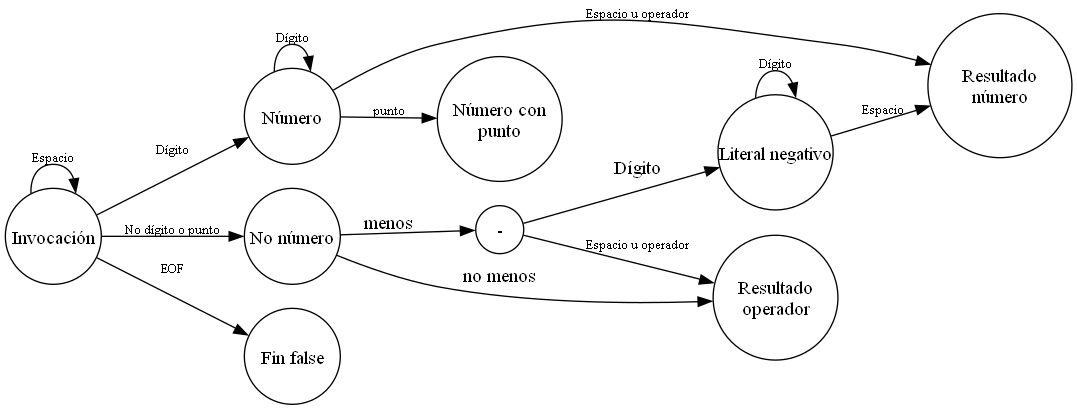
Above: PolCalc/Scanner.png in SebaR1/Tp-SSL-Equipo1-2023 (Graphviz), before the change. Its source is kept beside it as PolCalc/Scanner.gv.
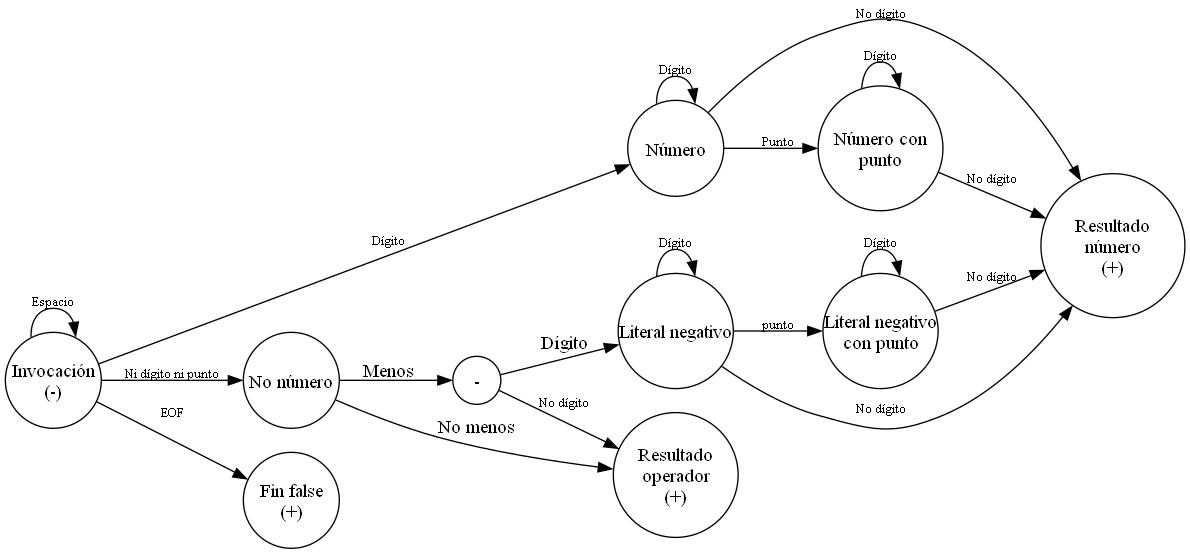
The same diagram one commit later.

The edit, as a diff of the source:
```diff
@@ -3,14 +3,15 @@
 node [shape=circle];
 rankdir=LR;
 
-I [label="Invocación",fixedsize="true",width=1, height=0.8];
+I [label="Invocación\n(-)",fixedsize="true",width=1, height=0.8];
 Num [label="Número",fixedsize="true", width=1, height=0.8];
 Nonum[label="No número",fixedsize="true", width=1, height=0.8];
-fin [label="Fin false",fixedsize="true",width=1, height=0.8];
+fin [label="Fin false\n(+)",fixedsize="true",width=1, height=0.8];
 res [label="-",fixedsize="true"];
 Lit [label="Literal negativo",fixedsize="true", width=1.2, height=0.8];
-ResultNum [label="Resultado\nnúmero",fixedsize="true",width=1.5, height=0.8];
-ResultOp [label="Resultado\noperador",fixedsize="true",width=1.3, height=0.8];
+Litpunto [label="Literal negativo\ncon punto",fixedsize="true", width=1.2, height=0.8];
+ResultNum [label="Resultado\nnúmero\n(+)",fixedsize="true",width=1.5, height=0.8];
+ResultOp [label="Resultado\noperador\n(+)",fixedsize="true",width=1.3, height=0.8];
 Numfloat [label="Número con\npunto",fixedsize="true",width=1.3, height=0.8];
 
 I -> fin [label = "EOF",fontsize = "10"];
@@ -20,12 +21,16 @@
 Num -> Num [label = "Dígito", labeldistance="1" ,fontsize="10"];
 Num -> Numfloat [label = "Punto", labeldistance="1" ,fontsize="10"];
 Numfloat -> Numfloat [label = "Dígito", labeldistance="1" ,fontsize="10"];
-Num -> ResultNum [label = "Espacio u operador",fontsize="10"];
+Numfloat -> ResultNum [label = "No dígito", labeldistance="1" ,fontsize="10"];
+Num -> ResultNum [label = "No dígito",fontsize="10"];
 Nonum -> res [label = "Menos"]
 Nonum -> ResultOp[label = "No menos"]
 res -> Lit [label = "Dígito"]
-res -> ResultOp [label = "Espacio u operador" ,fontsize="10"]
+res -> ResultOp [label = "No dígito" ,fontsize="10"]
 Lit -> Lit [label = "Dígito", labeldistance="1" ,fontsize="10"];
-Lit -> ResultNum [label = "Espacio",fontsize="10"]
+Lit -> ResultNum [label = "No dígito",fontsize="10"]
+Lit -> Litpunto [label = "punto", fontsize="10"];
+Litpunto -> Litpunto [label = "Dígito", fontsize="10"];
+Litpunto -> ResultNum [label = "No dígito", fontsize="10"];
 }
 
```
